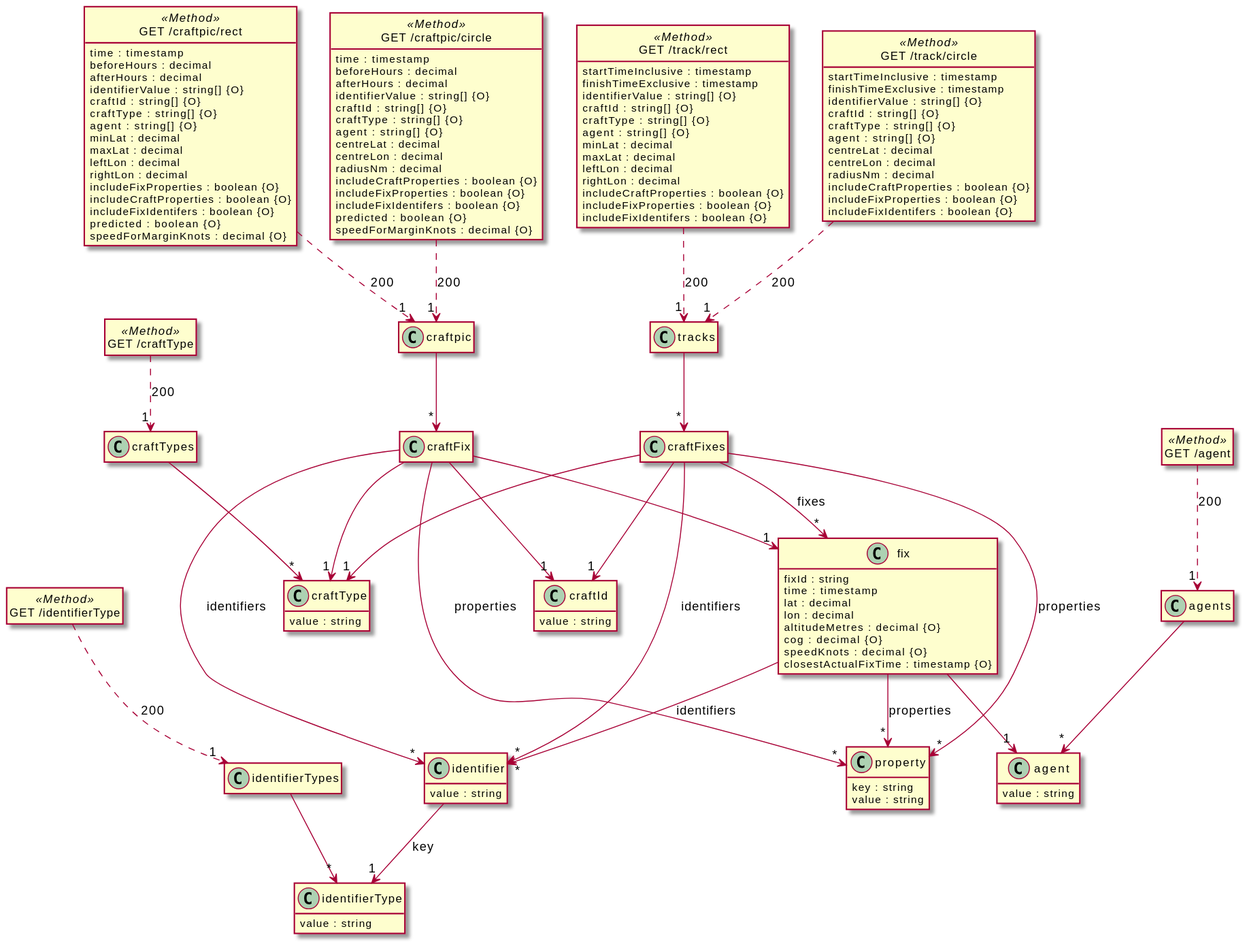
Above: src/docs/openapi-example.svg in davidmoten/openapi-to-plantuml (PlantUML), before the change.
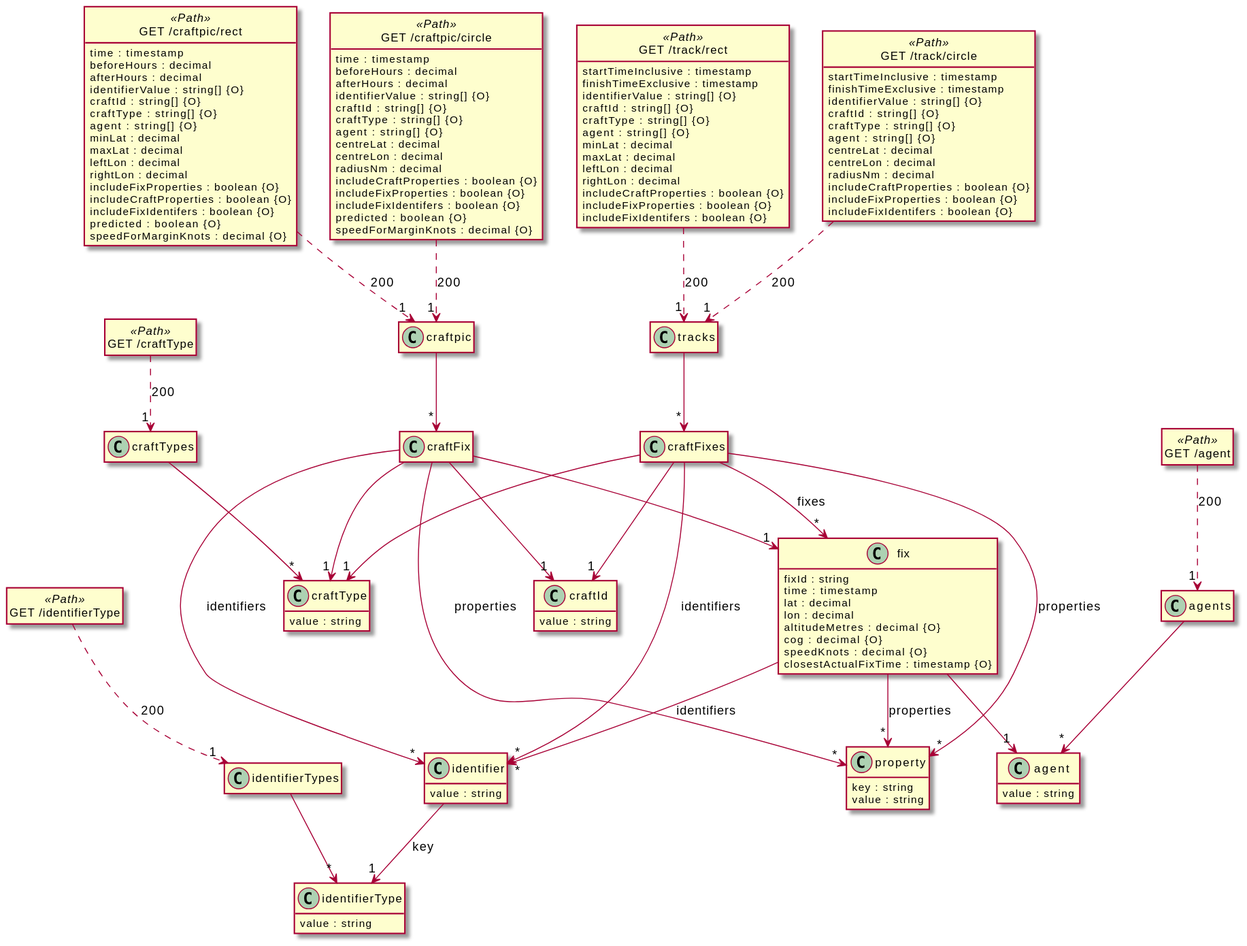
Later version of the same file.

The edit, as a diff of the source:
```diff
@@ -1,5 +1,5 @@
 @startuml
-hide <<Method>> circle
+hide <<Path>> circle
 hide <<Response>> circle
 hide <<Parameter>> circle
 hide empty methods
@@ -63,16 +63,16 @@
   closestActualFixTime : timestamp {O}
 }
 
-class "GET /agent" <<Method>> {
+class "GET /agent" <<Path>> {
 }
 
-class "GET /craftType" <<Method>> {
+class "GET /craftType" <<Path>> {
 }
 
-class "GET /identifierType" <<Method>> {
+class "GET /identifierType" <<Path>> {
 }
 
-class "GET /track/rect" <<Method>> {
+class "GET /track/rect" <<Path>> {
   startTimeInclusive : timestamp
   finishTimeExclusive : timestamp
   identifierValue : string[] {O}
@@ -88,7 +88,7 @@
   includeFixIdentifers : boolean {O}
 }
 
-class "GET /track/circle" <<Method>> {
+class "GET /track/circle" <<Path>> {
   startTimeInclusive : timestamp
   finishTimeExclusive : timestamp
   identifierValue : string[] {O}
@@ -103,7 +103,7 @@
   includeFixIdentifers : boolean {O}
 }
 
-class "GET /craftpic/rect" <<Method>> {
+class "GET /craftpic/rect" <<Path>> {
   time : timestamp
   beforeHours : decimal
   afterHours : decimal
@@ -122,7 +122,7 @@
   speedForMarginKnots : decimal {O}
 }
 
-class "GET /craftpic/circle" <<Method>> {
+class "GET /craftpic/circle" <<Path>> {
   time : timestamp
   beforeHours : decimal
   afterHours : decimal
```
